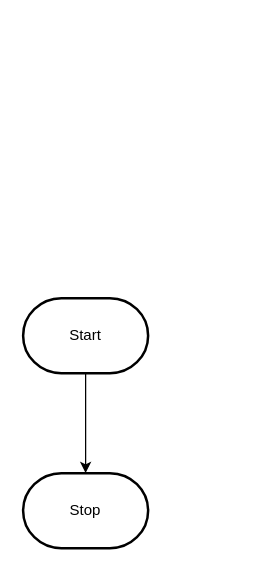
The draw.io diagram design/flowchart.drawio in MTHS-ICS2O-2-2022/ICS2O-Unit-3-03-jakub-malhotra, before the edit. Source tidied: cells renumbered, new cells numbered last; positions are measured from the earlier drawing's top-left corner, leaving out a move shared by most shapes. Both pictures are drawn from the tidied source at 125%, with x=0, y=0 at pixel (22, 298).
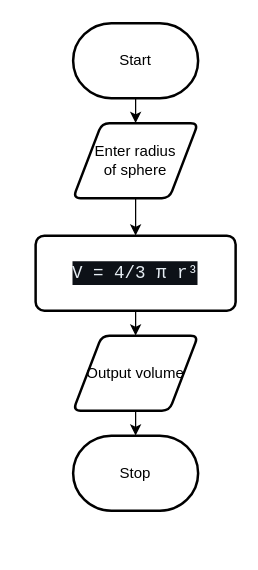
The same diagram, later.

Change to the diagram source:
```diff
@@
 <mxGraphModel>
   <root>
     <mxCell id="0" />
     <mxCell id="1" parent="0" />
-    <mxCell id="2" style="edgeStyle=orthogonalEdgeStyle;html=1;rounded=0;" parent="1" edge="1" source="3" target="4">
-      <mxGeometry relative="1" as="geometry" />
-    </mxCell>
+    <mxCell id="5" style="edgeStyle=none;html=1;exitX=0.5;exitY=1;exitDx=0;exitDy=0;exitPerimeter=0;" parent="1" edge="1" source="3" target="2">
+      <mxGeometry relative="1" as="geometry" />
+    </mxCell>
     <mxCell id="3" value="Start" style="strokeWidth=2;html=1;shape=mxgraph.flowchart.terminator;whiteSpace=wrap;" parent="1" vertex="1">
-      <mxGeometry width="100" height="60" as="geometry" />
+      <mxGeometry x="40" y="-220" width="100" height="60" as="geometry" />
     </mxCell>
     <mxCell id="4" value="Stop" style="strokeWidth=2;html=1;shape=mxgraph.flowchart.terminator;whiteSpace=wrap;" parent="1" vertex="1">
-      <mxGeometry y="140" width="100" height="60" as="geometry" />
+      <mxGeometry x="40" y="110" width="100" height="60" as="geometry" />
     </mxCell>
+    <mxCell id="6" style="edgeStyle=none;html=1;exitX=0.5;exitY=1;exitDx=0;exitDy=0;entryX=0.5;entryY=0;entryDx=0;entryDy=0;" parent="1" edge="1" source="2" target="8">
+      <mxGeometry relative="1" as="geometry" />
+    </mxCell>
+    <mxCell id="2" value="Enter radius&lt;br&gt;of sphere" style="shape=parallelogram;html=1;strokeWidth=2;perimeter=parallelogramPerimeter;whiteSpace=wrap;rounded=1;arcSize=12;size=0.23;" parent="1" vertex="1">
+      <mxGeometry x="40" y="-140" width="100" height="60" as="geometry" />
+    </mxCell>
+    <mxCell id="7" style="edgeStyle=none;html=1;exitX=0.5;exitY=1;exitDx=0;exitDy=0;entryX=0.5;entryY=0;entryDx=0;entryDy=0;" parent="1" edge="1" source="8" target="10">
+      <mxGeometry relative="1" as="geometry" />
+    </mxCell>
+    <mxCell id="8" value="&lt;div style=&quot;color: rgb(230, 237, 243); background-color: rgb(13, 17, 23); font-family: Consolas, &amp;quot;Courier New&amp;quot;, monospace; font-size: 14px; line-height: 19px;&quot;&gt;V = 4/3 π r³&lt;/div&gt;" style="rounded=1;whiteSpace=wrap;html=1;absoluteArcSize=1;arcSize=14;strokeWidth=2;" parent="1" vertex="1">
+      <mxGeometry x="10" y="-50" width="160" height="60" as="geometry" />
+    </mxCell>
+    <mxCell id="9" style="edgeStyle=orthogonalEdgeStyle;html=1;exitX=0.5;exitY=1;exitDx=0;exitDy=0;entryX=0.5;entryY=0;entryDx=0;entryDy=0;entryPerimeter=0;" parent="1" edge="1" source="10" target="4">
+      <mxGeometry relative="1" as="geometry" />
+    </mxCell>
+    <mxCell id="10" value="Output volume" style="shape=parallelogram;html=1;strokeWidth=2;perimeter=parallelogramPerimeter;whiteSpace=wrap;rounded=1;arcSize=12;size=0.23;" parent="1" vertex="1">
+      <mxGeometry x="40" y="30" width="100" height="60" as="geometry" />
+    </mxCell>
   </root>
 </mxGraphModel>
```
